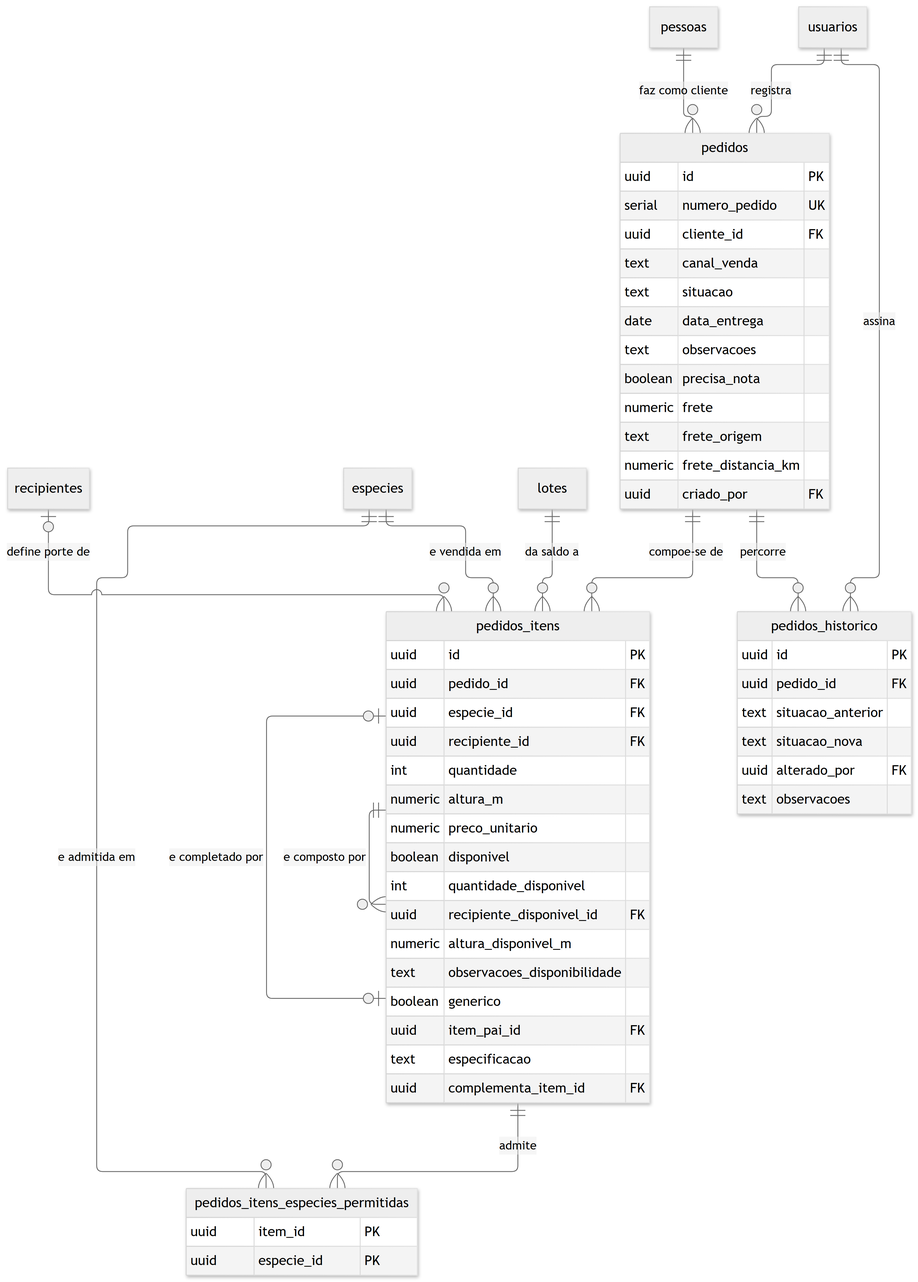
Before: docs/engenharia/modelo-dados-pt/img/fig17-comercial-pedido.png, a diagram exported from Mermaid (JoaoMudar/tcc). Its source is kept beside it as docs/engenharia/modelo-dados-pt/mmd/fig17-comercial-pedido.mmd.
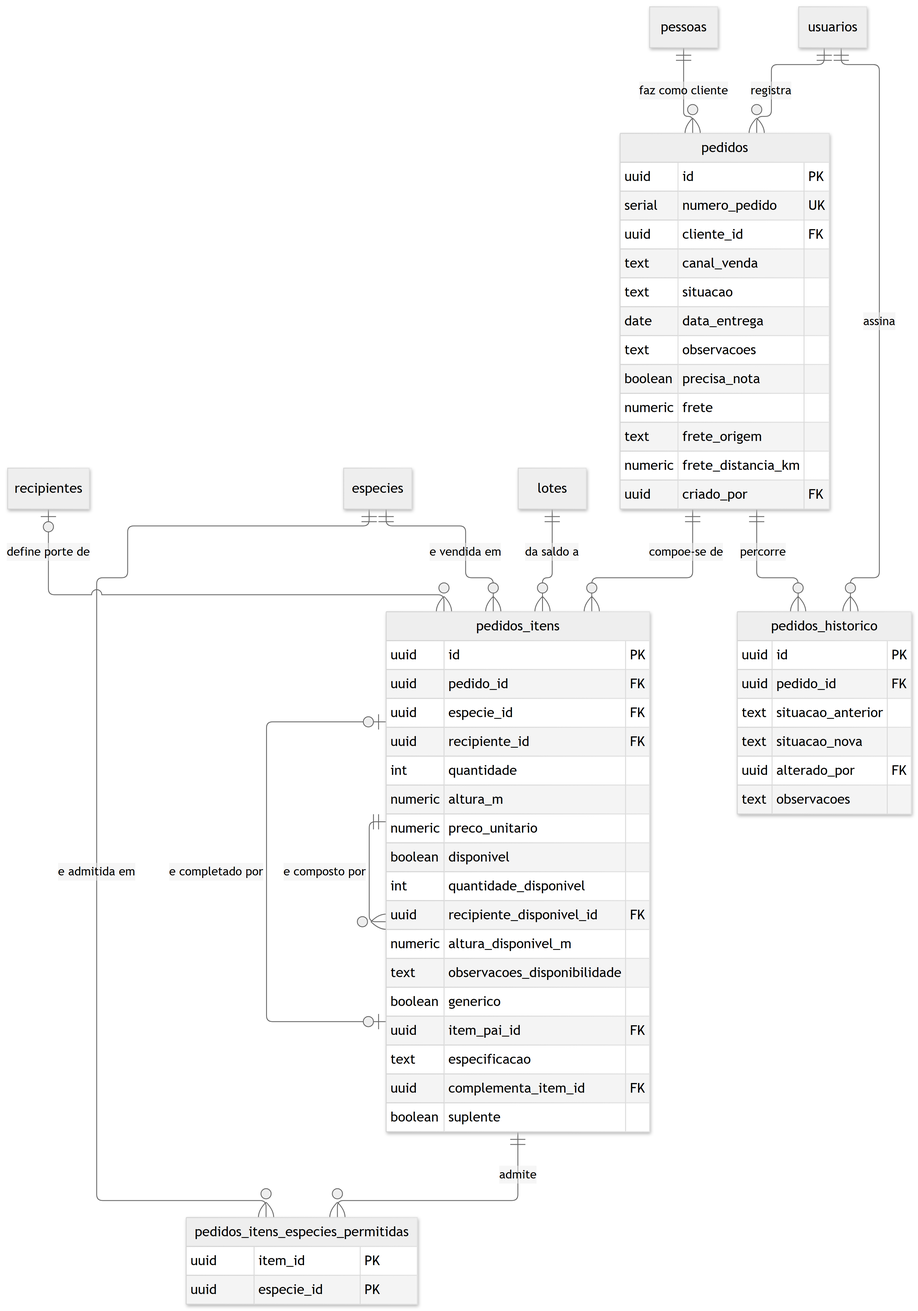
The same diagram one commit later.

Commit message:
docs: suplente do item sem quantidade na conferência

The edit, as a diff of the source:
```diff
@@ -30,6 +30,7 @@
     uuid    item_pai_id FK
     text    especificacao
     uuid    complementa_item_id FK
+    boolean suplente
   }
   pedidos_historico {
     uuid id PK
```
